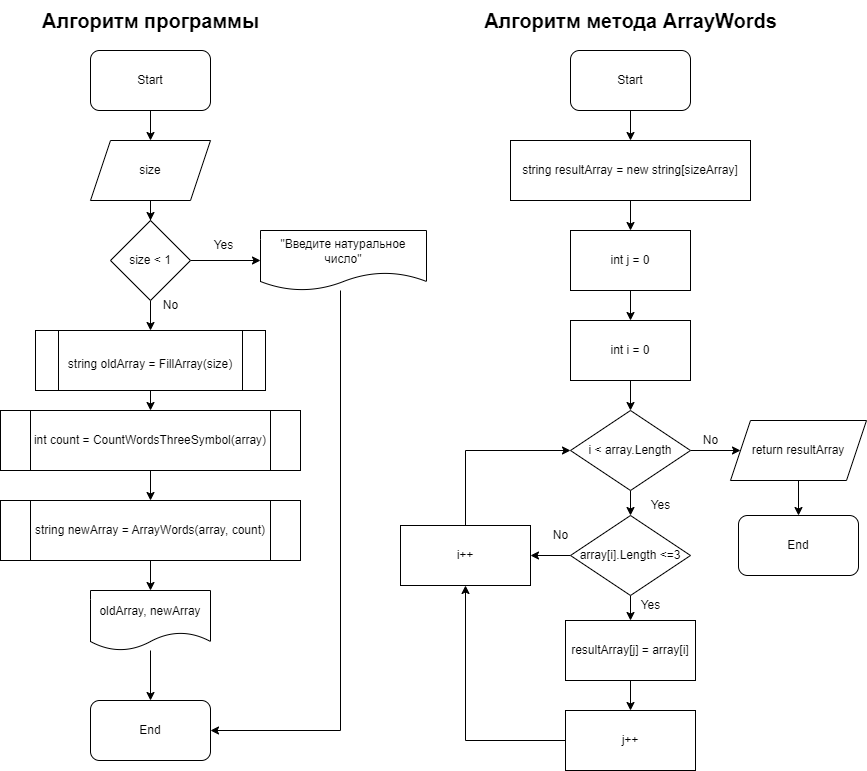
This is Блок-схема.png from AleksandrMatveev99/ControlWork, a draw.io export, as it was before one commit. Source tidied: cells renumbered, new cells last; positions are measured from the earlier drawing's top-left corner, leaving out a move shared by most shapes.
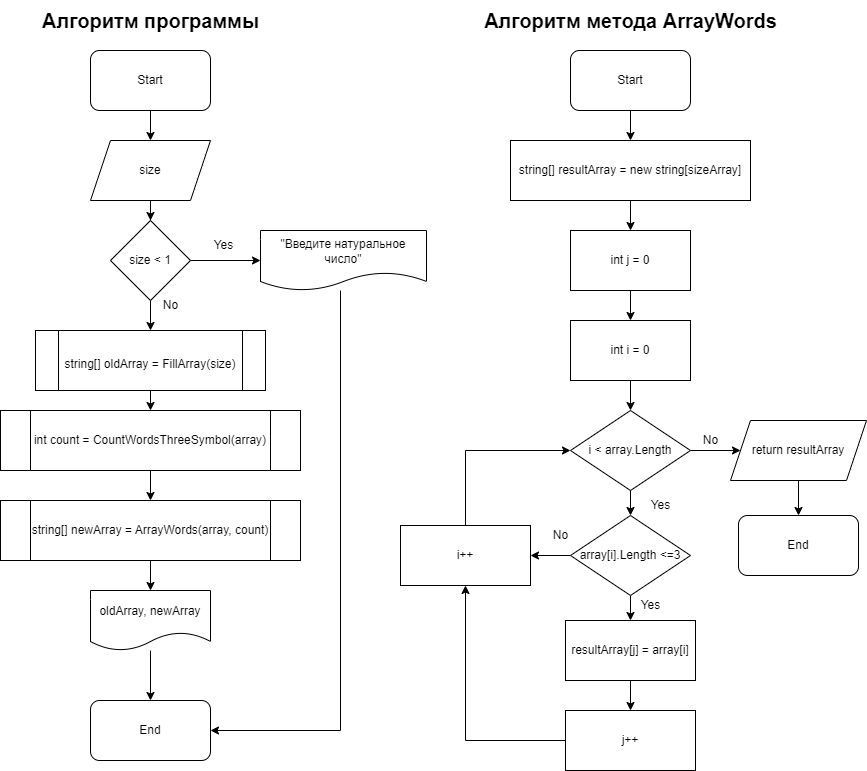
After the commit.

Commit message:
Исправил блок-схему

What changed in the source:
```diff
@@ -79,19 +79,19 @@
     <mxCell id="22" value="Start" style="rounded=1;whiteSpace=wrap;html=1;" parent="1" vertex="1">
       <mxGeometry x="570" y="50" width="120" height="60" as="geometry" />
     </mxCell>
-    <mxCell id="23" value="&lt;font style=&quot;font-size: 12px;&quot;&gt;string oldArray = FillArray(size)&lt;/font&gt;" style="shape=process;whiteSpace=wrap;html=1;backgroundOutline=1;fontSize=20;" parent="1" vertex="1">
+    <mxCell id="23" value="&lt;font style=&quot;font-size: 12px;&quot;&gt;string[] oldArray = FillArray(size)&lt;/font&gt;" style="shape=process;whiteSpace=wrap;html=1;backgroundOutline=1;fontSize=20;" parent="1" vertex="1">
       <mxGeometry x="35" y="330" width="230" height="60" as="geometry" />
     </mxCell>
     <mxCell id="24" value="int count = CountWordsThreeSymbol(array)" style="shape=process;whiteSpace=wrap;html=1;backgroundOutline=1;fontSize=12;" parent="1" vertex="1">
       <mxGeometry y="410" width="300" height="60" as="geometry" />
     </mxCell>
-    <mxCell id="25" value="string newArray = ArrayWords(array, count)" style="shape=process;whiteSpace=wrap;html=1;backgroundOutline=1;fontSize=12;" parent="1" vertex="1">
+    <mxCell id="25" value="string[] newArray = ArrayWords(array, count)" style="shape=process;whiteSpace=wrap;html=1;backgroundOutline=1;fontSize=12;" parent="1" vertex="1">
       <mxGeometry y="500" width="300" height="60" as="geometry" />
     </mxCell>
     <mxCell id="26" style="edgeStyle=orthogonalEdgeStyle;rounded=0;jettySize=auto;html=1;fontSize=12;" parent="1" edge="1" source="27" target="34">
       <mxGeometry relative="1" as="geometry" />
     </mxCell>
-    <mxCell id="27" value="string resultArray = new string[sizeArray]" style="rounded=0;whiteSpace=wrap;html=1;fontSize=12;" parent="1" vertex="1">
+    <mxCell id="27" value="string[] resultArray = new string[sizeArray]" style="rounded=0;whiteSpace=wrap;html=1;fontSize=12;" parent="1" vertex="1">
       <mxGeometry x="510" y="140" width="240" height="60" as="geometry" />
     </mxCell>
     <mxCell id="28" style="edgeStyle=orthogonalEdgeStyle;rounded=0;jettySize=auto;html=1;fontSize=12;" parent="1" edge="1" source="30" target="39">
```
